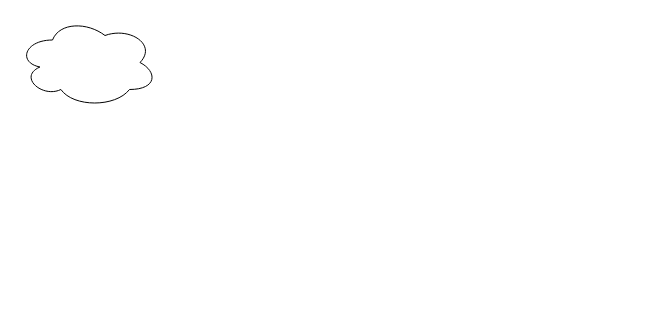
This is Diagrama sin título.drawio from mariaospin/Aplicacion_salud, a draw.io file, before an edit. Source tidied: cells renumbered, new cells numbered last; positions are measured from the earlier drawing's top-left corner, leaving out a move shared by most shapes. Both pictures are drawn from the tidied source at 100%, with x=0, y=0 at pixel (17, 17).
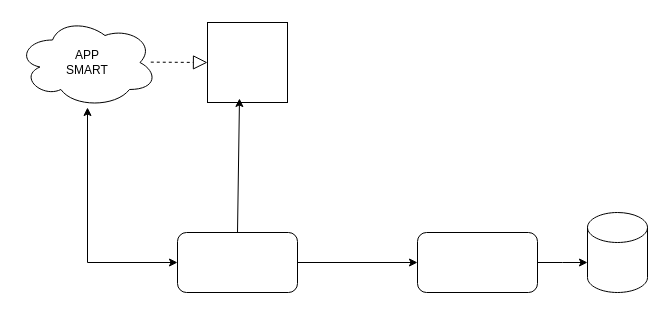
The same page after the edit.

What changed in the source:
```diff
@@
 <mxGraphModel>
   <root>
     <mxCell id="0" />
     <mxCell id="1" parent="0" />
-    <mxCell id="2" style="ellipse;shape=cloud;whiteSpace=wrap;html=1;" parent="1" vertex="1">
+    <mxCell id="2" value="APP&lt;div&gt;SMART&lt;/div&gt;" style="ellipse;shape=cloud;whiteSpace=wrap;html=1;" parent="1" vertex="1">
       <mxGeometry width="140" height="90" as="geometry" />
     </mxCell>
+    <mxCell id="3" style="shape=cylinder3;whiteSpace=wrap;html=1;boundedLbl=1;backgroundOutline=1;size=15;" parent="1" vertex="1">
+      <mxGeometry x="570" y="195" width="60" height="80" as="geometry" />
+    </mxCell>
+    <mxCell id="4" value="&lt;p style=&quot;line-height: 0%;&quot;&gt;&lt;br&gt;&lt;/p&gt;" style="whiteSpace=wrap;html=1;" parent="1" vertex="1">
+      <mxGeometry x="190" y="5" width="80" height="80" as="geometry" />
+    </mxCell>
+    <mxCell id="5" style="rounded=1;whiteSpace=wrap;html=1;" parent="1" vertex="1">
+      <mxGeometry x="160" y="215" width="120" height="60" as="geometry" />
+    </mxCell>
+    <mxCell id="6" style="edgeStyle=orthogonalEdgeStyle;rounded=0;jettySize=auto;html=1;" parent="1" edge="1" source="7">
+      <mxGeometry relative="1" as="geometry">
+        <mxPoint x="570" y="245" as="targetPoint" />
+      </mxGeometry>
+    </mxCell>
+    <mxCell id="7" style="rounded=1;whiteSpace=wrap;html=1;" parent="1" vertex="1">
+      <mxGeometry x="400" y="215" width="120" height="60" as="geometry" />
+    </mxCell>
+    <mxCell id="8" style="endArrow=classic;startArrow=classic;html=1;rounded=0;entryX=0;entryY=0.5;entryDx=0;entryDy=0;" parent="1" edge="1" source="2" target="5">
+      <mxGeometry relative="1" as="geometry">
+        <Array as="points">
+          <mxPoint x="70" y="245" />
+        </Array>
+      </mxGeometry>
+    </mxCell>
+    <mxCell id="9" style="endArrow=classic;html=1;rounded=0;entryX=0.4;entryY=0.95;entryDx=0;entryDy=0;exitX=0.5;exitY=0;exitDx=0;exitDy=0;entryPerimeter=0;" parent="1" edge="1" source="5" target="4">
+      <mxGeometry relative="1" as="geometry" />
+    </mxCell>
+    <mxCell id="10" style="endArrow=classic;html=1;rounded=0;entryX=0;entryY=0.5;entryDx=0;entryDy=0;exitX=1;exitY=0.5;exitDx=0;exitDy=0;" parent="1" edge="1" source="5" target="7">
+      <mxGeometry relative="1" as="geometry" />
+    </mxCell>
+    <mxCell id="11" style="endArrow=block;dashed=1;endFill=0;endSize=12;html=1;rounded=0;entryX=0;entryY=0.5;entryDx=0;entryDy=0;exitX=0.952;exitY=0.496;exitDx=0;exitDy=0;exitPerimeter=0;" parent="1" edge="1" source="2" target="4">
+      <mxGeometry relative="1" as="geometry" />
+    </mxCell>
   </root>
 </mxGraphModel>
```
